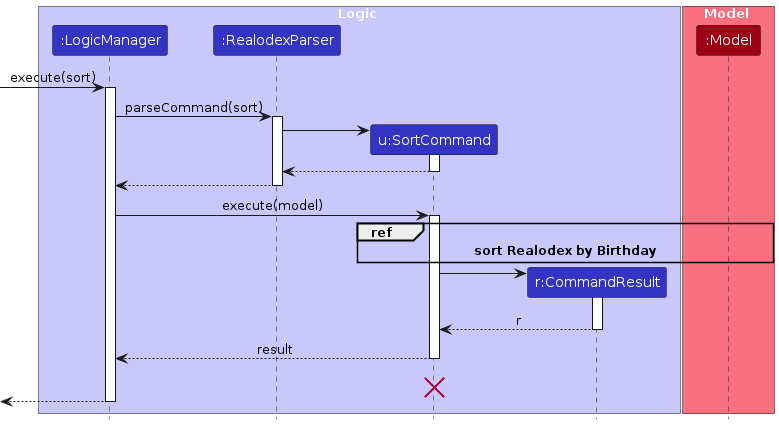
Earlier version of the PlantUML export diagrams/sort/SortSequenceDiagram-Logic.png (AY2324S2-CS2103T-W10-1/tp). Its source is kept beside it as diagrams/sort/SortSequenceDiagram-Logic.puml.
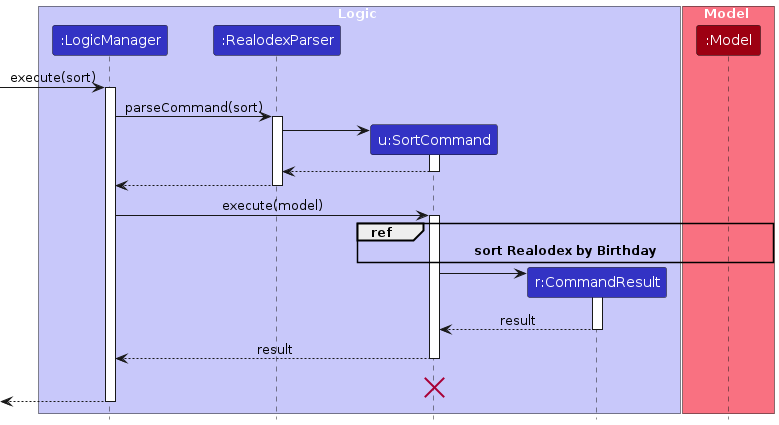
The same diagram one commit later.

The edit, as a diff of the source:
```diff
@@ -39,7 +39,7 @@
 SortCommand -> CommandResult
 activate CommandResult
 
-CommandResult --> SortCommand : r
+CommandResult --> SortCommand : result
 deactivate CommandResult
 
 
```
